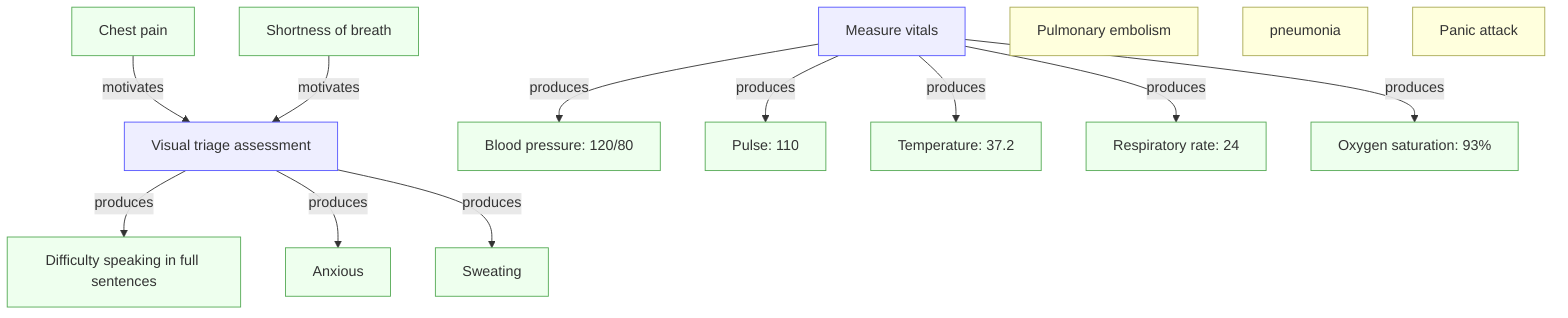
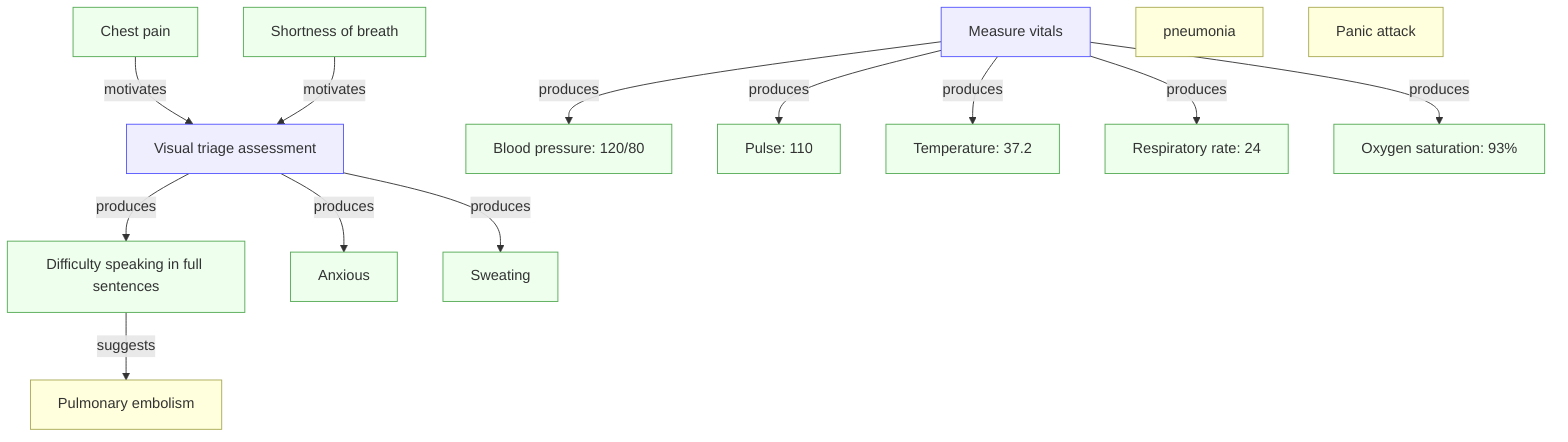
flowchart TD
  O1["Chest pain"]
  O2["Shortness of breath"]

  A1["Visual triage assessment"]
  O6["Difficulty speaking in full sentences"]
  O7["Anxious"]
  O8["Sweating"]
+ 
+   O6 -->|suggests| H1

  A2["Measure vitals"]
  O3["Blood pressure: 120/80"]
  O4["Pulse: 110"]
  O5["Temperature: 37.2"]
  O9["Respiratory rate: 24"]
  O10["Oxygen saturation: 93%"]

  O1 -->|motivates| A1
  O2 -->|motivates| A1

  A1 -->|produces| O6
  A1 -->|produces| O7
  A1 -->|produces| O8

  A2 -->|produces| O3
  A2 -->|produces| O4
  A2 -->|produces| O5
  A2 -->|produces| O9
  A2 -->|produces| O10

  H1["Pulmonary embolism"]
  H2["pneumonia"]
  H3["Panic attack"]

  classDef obs fill:#efe,stroke:#5a5;
  classDef action fill:#eef,stroke:#55f;
  classDef hyp fill:#ffd,stroke:#aa5

  class O1 obs
  class O2 obs
  class O3 obs
  class O4 obs
  class O5 obs
  class O6 obs
  class O7 obs
  class O8 obs
  class O9 obs
  class O10 obs
  class A1 action
  class A2 action
  class H1 hyp
  class H2 hyp
  class H3 hyp



